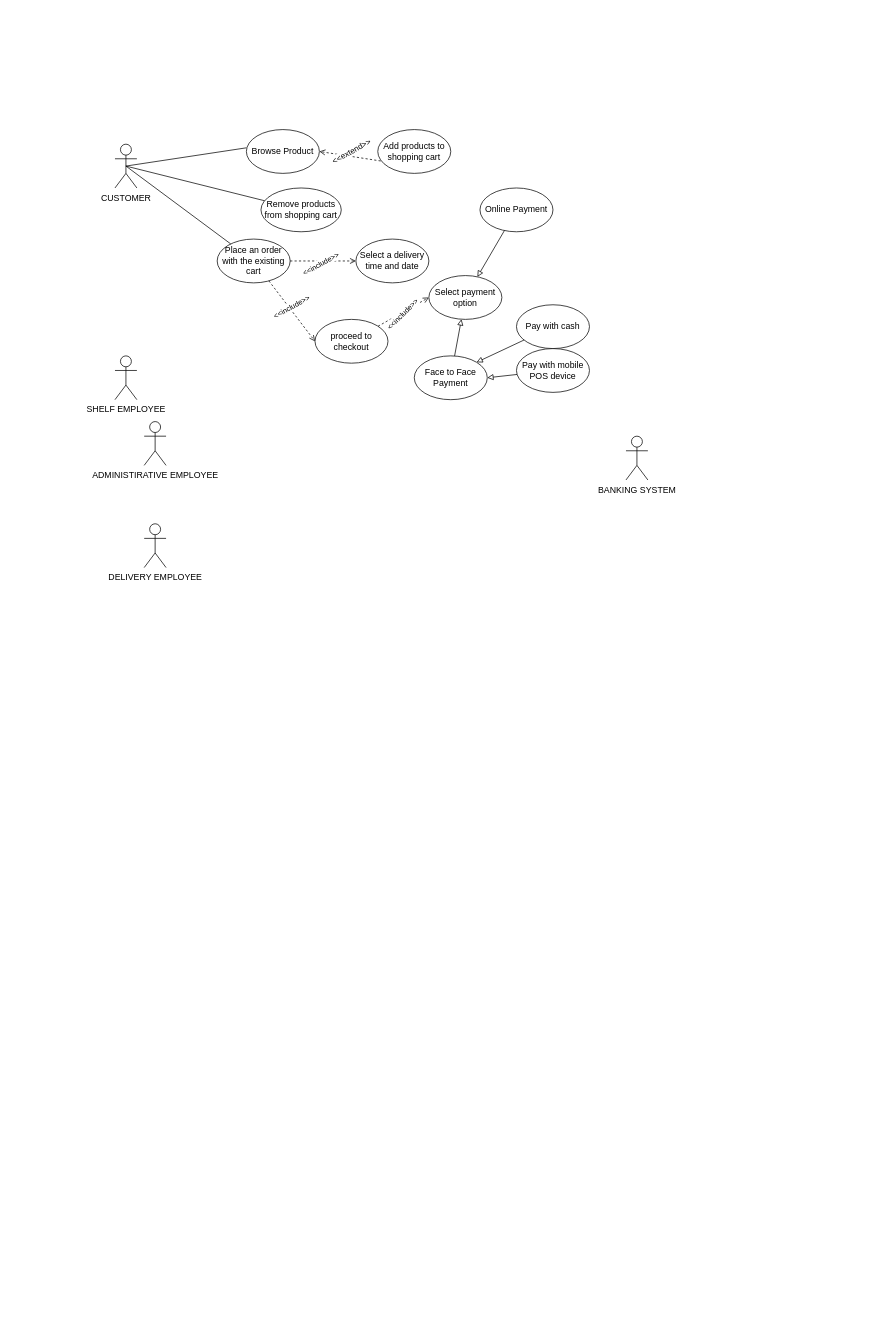
The draw.io diagram Başlıksız Diyagram.drawio in batugane/Batugane, before the edit. Source tidied: cells renumbered, new cells numbered last; positions are measured from the earlier drawing's top-left corner, leaving out a move shared by most shapes. Both pictures are drawn from the tidied source at 73%, with x=0, y=0 at pixel (115, 129).
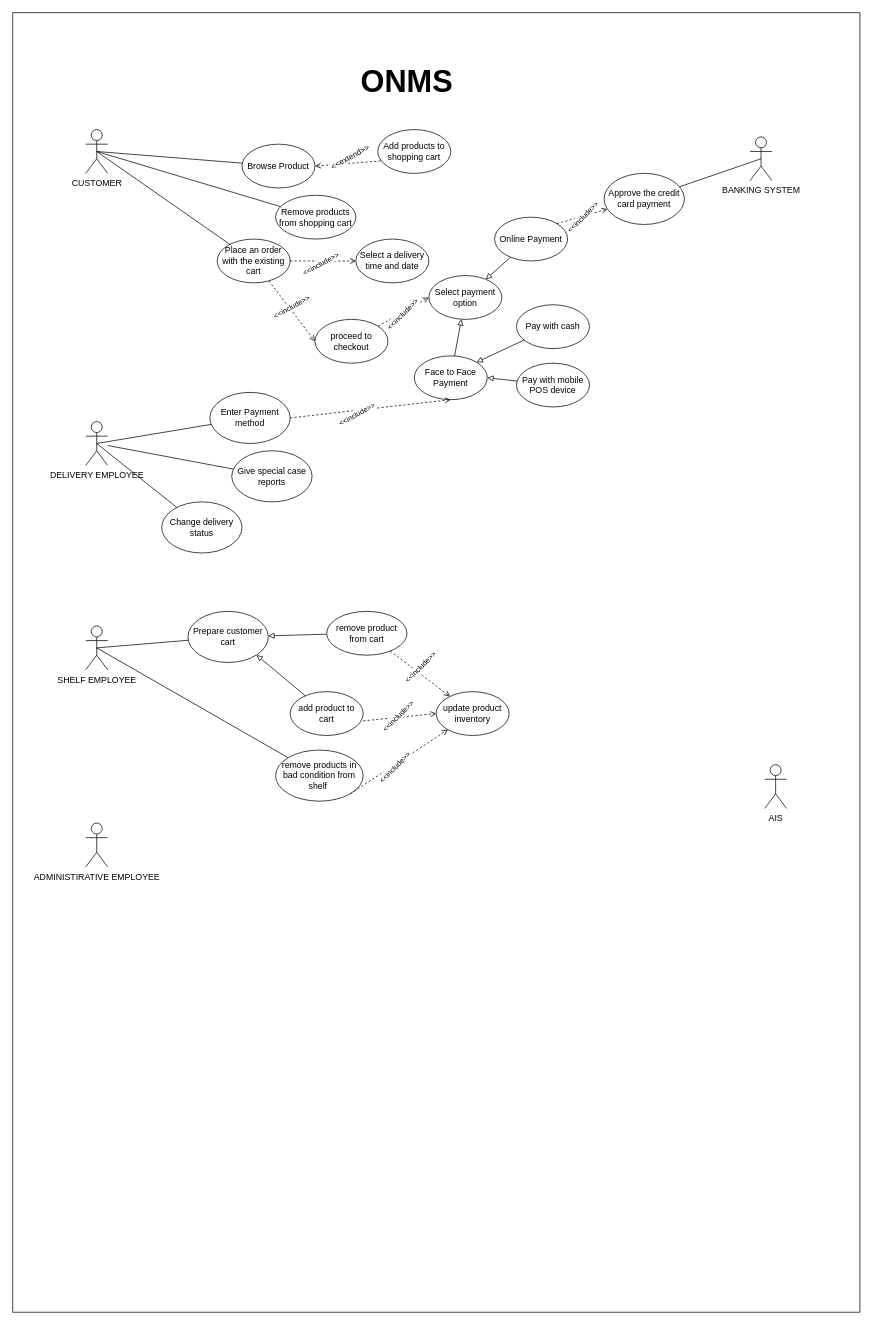
The same page after the edit.

Unchanged cells that the change refers to:
```xml
<mxCell id="27" value="Face to Face Payment" style="ellipse;whiteSpace=wrap;html=1;" parent="1" vertex="1">
  <mxGeometry x="410" y="310" width="100" height="60" as="geometry" />
</mxCell>
```

Change to the diagram source:
```diff
@@
+    <mxCell id="33" style="rounded=0;whiteSpace=wrap;html=1;" parent="1" vertex="1">
+      <mxGeometry x="-140" y="-160" width="1160.5" height="1780" as="geometry" />
+    </mxCell>
     <mxCell id="2" value="&lt;div&gt;CUSTOMER&lt;/div&gt;&lt;div&gt;&lt;br&gt;&lt;/div&gt;" style="shape=umlActor;verticalLabelPosition=bottom;verticalAlign=top;html=1;outlineConnect=0;" parent="1" vertex="1">
-      <mxGeometry y="20" width="30" height="60" as="geometry" />
+      <mxGeometry x="-40" width="30" height="60" as="geometry" />
     </mxCell>
     <mxCell id="3" value="&lt;div&gt;SHELF EMPLOYEE&lt;/div&gt;&lt;div&gt;&lt;br&gt;&lt;/div&gt;" style="shape=umlActor;verticalLabelPosition=bottom;verticalAlign=top;html=1;outlineConnect=0;" parent="1" vertex="1">
-      <mxGeometry y="310" width="30" height="60" as="geometry" />
+      <mxGeometry x="-40" y="680" width="30" height="60" as="geometry" />
     </mxCell>
     <mxCell id="4" value="&lt;div&gt;DELIVERY EMPLOYEE&lt;/div&gt;&lt;div&gt;&lt;br&gt;&lt;/div&gt;" style="shape=umlActor;verticalLabelPosition=bottom;verticalAlign=top;html=1;outlineConnect=0;" parent="1" vertex="1">
-      <mxGeometry x="40" y="540" width="30" height="60" as="geometry" />
+      <mxGeometry x="-40" y="400" width="30" height="60" as="geometry" />
     </mxCell>
     <mxCell id="5" value="&lt;div&gt;ADMINISTIRATIVE EMPLOYEE&lt;/div&gt;&lt;div&gt;&lt;br&gt;&lt;/div&gt;" style="shape=umlActor;verticalLabelPosition=bottom;verticalAlign=top;html=1;" parent="1" vertex="1">
-      <mxGeometry x="40" y="400" width="30" height="60" as="geometry" />
+      <mxGeometry x="-40" y="950" width="30" height="60" as="geometry" />
     </mxCell>
     <mxCell id="6" value="BANKING SYSTEM" style="shape=umlActor;verticalLabelPosition=bottom;verticalAlign=top;html=1;outlineConnect=0;" parent="1" vertex="1">
-      <mxGeometry x="700" y="420" width="30" height="60" as="geometry" />
+      <mxGeometry x="870" y="10" width="30" height="60" as="geometry" />
     </mxCell>
     <mxCell id="7" value="Browse Product" style="ellipse;whiteSpace=wrap;html=1;" parent="1" vertex="1">
-      <mxGeometry x="180" width="100" height="60" as="geometry" />
+      <mxGeometry x="174" y="20" width="100" height="60" as="geometry" />
     </mxCell>
@@
     <mxCell id="9" value="Remove products from shopping cart" style="ellipse;whiteSpace=wrap;html=1;" parent="1" vertex="1">
-      <mxGeometry x="200" y="80" width="110" height="60" as="geometry" />
+      <mxGeometry x="220" y="90" width="110" height="60" as="geometry" />
     </mxCell>
-    <mxCell id="10" style="endArrow=none;html=1;rounded=0;exitX=0.5;exitY=0.5;exitDx=0;exitDy=0;exitPerimeter=0;" parent="1" edge="1" source="2">
-      <mxGeometry relative="1" as="geometry">
-        <mxPoint x="180" y="25" as="targetPoint" />
-      </mxGeometry>
+    <mxCell id="10" style="endArrow=none;html=1;rounded=0;exitX=0.5;exitY=0.5;exitDx=0;exitDy=0;exitPerimeter=0;" parent="1" edge="1" source="2" target="7">
+      <mxGeometry relative="1" as="geometry" />
     </mxCell>
@@
     <mxCell id="25" value="Online Payment" style="ellipse;whiteSpace=wrap;html=1;" parent="1" vertex="1">
-      <mxGeometry x="500" y="80" width="100" height="60" as="geometry" />
+      <mxGeometry x="520" y="120" width="100" height="60" as="geometry" />
     </mxCell>
@@
     <mxCell id="29" value="Pay with mobile POS device" style="ellipse;whiteSpace=wrap;html=1;" parent="1" vertex="1">
-      <mxGeometry x="550" y="300" width="100" height="60" as="geometry" />
+      <mxGeometry x="550" y="320" width="100" height="60" as="geometry" />
     </mxCell>
@@
+    <mxCell id="34" value="AIS" style="shape=umlActor;verticalLabelPosition=bottom;verticalAlign=top;html=1;" parent="1" vertex="1">
+      <mxGeometry x="890" y="870" width="30" height="60" as="geometry" />
+    </mxCell>
+    <mxCell id="35" value="&lt;font style=&quot;font-size: 42px;&quot;&gt;&lt;b&gt;ONMS&lt;/b&gt;&lt;/font&gt;" style="text;html=1;strokeColor=none;fillColor=none;align=center;verticalAlign=middle;whiteSpace=wrap;rounded=0;" parent="1" vertex="1">
+      <mxGeometry x="320" y="-90" width="160" height="50" as="geometry" />
+    </mxCell>
+    <mxCell id="36" value="Prepare customer cart" style="ellipse;whiteSpace=wrap;html=1;" parent="1" vertex="1">
+      <mxGeometry x="100" y="660" width="110" height="70" as="geometry" />
+    </mxCell>
+    <mxCell id="37" style="endArrow=none;html=1;rounded=0;exitX=0.5;exitY=0.5;exitDx=0;exitDy=0;exitPerimeter=0;" parent="1" edge="1" source="3" target="36">
+      <mxGeometry relative="1" as="geometry" />
+    </mxCell>
+    <mxCell id="38" value="remove product from cart" style="ellipse;whiteSpace=wrap;html=1;" parent="1" vertex="1">
+      <mxGeometry x="290" y="660" width="110" height="60" as="geometry" />
+    </mxCell>
+    <mxCell id="39" style="endArrow=block;html=1;rounded=0;endFill=0;" parent="1" edge="1" source="38" target="36">
+      <mxGeometry relative="1" as="geometry" />
+    </mxCell>
+    <mxCell id="40" value="add product  to cart" style="ellipse;whiteSpace=wrap;html=1;" parent="1" vertex="1">
+      <mxGeometry x="240" y="770" width="100" height="60" as="geometry" />
+    </mxCell>
+    <mxCell id="41" style="endArrow=block;html=1;rounded=0;endFill=0;entryX=1;entryY=1;entryDx=0;entryDy=0;" parent="1" edge="1" source="40" target="36">
+      <mxGeometry relative="1" as="geometry" />
+    </mxCell>
+    <mxCell id="42" value="update product inventory " style="ellipse;whiteSpace=wrap;html=1;" parent="1" vertex="1">
+      <mxGeometry x="440" y="770" width="100" height="60" as="geometry" />
+    </mxCell>
+    <mxCell id="43" style="endArrow=open;rounded=0;entryX=0;entryY=0.5;entryDx=0;entryDy=0;endFill=0;dashed=1;align=center;horizontal=1;strokeColor=default;html=1;labelBorderColor=none;exitX=1;exitY=0.667;exitDx=0;exitDy=0;exitPerimeter=0;" parent="1" edge="1" source="40" target="42">
+      <mxGeometry relative="1" as="geometry" />
+    </mxCell>
+    <mxCell id="44" value="&lt;font style=&quot;font-size: 10px;&quot;&gt;&amp;lt;&amp;lt;include&amp;gt;&amp;gt;&lt;/font&gt;" style="edgeLabel;html=1;align=center;verticalAlign=middle;rotation=-45;" parent="43" vertex="1">
+      <mxGeometry x="-0.23" relative="1" as="geometry">
+        <mxPoint x="8" y="-2" as="offset" />
+      </mxGeometry>
+    </mxCell>
+    <mxCell id="45" style="endArrow=open;rounded=0;endFill=0;dashed=1;align=center;horizontal=1;strokeColor=default;html=1;labelBorderColor=none;" parent="1" edge="1" source="38" target="42">
+      <mxGeometry relative="1" as="geometry" />
+    </mxCell>
+    <mxCell id="46" value="&lt;font style=&quot;font-size: 10px;&quot;&gt;&amp;lt;&amp;lt;include&amp;gt;&amp;gt;&lt;/font&gt;" style="edgeLabel;html=1;align=center;verticalAlign=middle;rotation=-45;" parent="45" vertex="1">
+      <mxGeometry x="-0.23" relative="1" as="geometry">
+        <mxPoint x="8" y="-2" as="offset" />
+      </mxGeometry>
+    </mxCell>
+    <mxCell id="47" value="remove products in bad condition from shelf&amp;nbsp; " style="ellipse;whiteSpace=wrap;html=1;" parent="1" vertex="1">
+      <mxGeometry x="220" y="850" width="120" height="70" as="geometry" />
+    </mxCell>
+    <mxCell id="48" style="endArrow=none;html=1;rounded=0;exitX=0.5;exitY=0.5;exitDx=0;exitDy=0;exitPerimeter=0;" parent="1" edge="1" source="3" target="47">
+      <mxGeometry relative="1" as="geometry" />
+    </mxCell>
+    <mxCell id="49" style="endArrow=open;rounded=0;endFill=0;dashed=1;align=center;horizontal=1;strokeColor=default;html=1;labelBorderColor=none;exitX=1;exitY=1;exitDx=0;exitDy=0;" parent="1" edge="1" source="47" target="42">
+      <mxGeometry relative="1" as="geometry" />
+    </mxCell>
+    <mxCell id="50" value="&lt;font style=&quot;font-size: 10px;&quot;&gt;&amp;lt;&amp;lt;include&amp;gt;&amp;gt;&lt;/font&gt;" style="edgeLabel;html=1;align=center;verticalAlign=middle;rotation=-45;" parent="49" vertex="1">
+      <mxGeometry x="-0.23" relative="1" as="geometry">
+        <mxPoint x="8" y="-2" as="offset" />
+      </mxGeometry>
+    </mxCell>
+    <mxCell id="51" value="Change delivery status" style="ellipse;whiteSpace=wrap;html=1;" parent="1" vertex="1">
+      <mxGeometry x="64" y="510" width="110" height="70" as="geometry" />
+    </mxCell>
+    <mxCell id="52" style="endArrow=none;html=1;rounded=0;exitX=0.5;exitY=0.5;exitDx=0;exitDy=0;exitPerimeter=0;" parent="1" edge="1" source="4" target="51">
+      <mxGeometry relative="1" as="geometry" />
+    </mxCell>
+    <mxCell id="53" value="Enter Payment method" style="ellipse;whiteSpace=wrap;html=1;" parent="1" vertex="1">
+      <mxGeometry x="130" y="360" width="110" height="70" as="geometry" />
+    </mxCell>
+    <mxCell id="54" style="endArrow=none;html=1;rounded=0;exitX=0.5;exitY=0.5;exitDx=0;exitDy=0;exitPerimeter=0;" parent="1" edge="1" source="4" target="53">
+      <mxGeometry relative="1" as="geometry" />
+    </mxCell>
+    <mxCell id="55" style="endArrow=open;rounded=0;entryX=0.5;entryY=1;entryDx=0;entryDy=0;endFill=0;dashed=1;align=center;horizontal=1;strokeColor=default;html=1;labelBorderColor=none;exitX=1;exitY=0.5;exitDx=0;exitDy=0;" parent="1" edge="1" source="53" target="27">
+      <mxGeometry relative="1" as="geometry" />
+    </mxCell>
+    <mxCell id="56" value="&lt;font style=&quot;font-size: 10px;&quot;&gt;&amp;lt;&amp;lt;include&amp;gt;&amp;gt;&lt;/font&gt;" style="edgeLabel;html=1;align=center;verticalAlign=middle;rotation=-29;" parent="55" vertex="1">
+      <mxGeometry x="-0.23" relative="1" as="geometry">
+        <mxPoint x="6" y="4" as="offset" />
+      </mxGeometry>
+    </mxCell>
+    <mxCell id="57" value="Give special case reports" style="ellipse;whiteSpace=wrap;html=1;" parent="1" vertex="1">
+      <mxGeometry x="160" y="440" width="110" height="70" as="geometry" />
+    </mxCell>
+    <mxCell id="58" style="endArrow=none;html=1;rounded=0;" parent="1" edge="1" source="4" target="57">
+      <mxGeometry relative="1" as="geometry" />
+    </mxCell>
+    <mxCell id="59" value="Approve the credit card payment" style="ellipse;whiteSpace=wrap;html=1;" parent="1" vertex="1">
+      <mxGeometry x="670" y="60" width="110" height="70" as="geometry" />
+    </mxCell>
+    <mxCell id="60" style="endArrow=none;html=1;rounded=0;exitX=0.5;exitY=0.5;exitDx=0;exitDy=0;exitPerimeter=0;" parent="1" edge="1" source="6" target="59">
+      <mxGeometry relative="1" as="geometry" />
+    </mxCell>
+    <mxCell id="61" style="endArrow=open;rounded=0;endFill=0;dashed=1;align=center;horizontal=1;strokeColor=default;html=1;labelBorderColor=none;exitX=1;exitY=0;exitDx=0;exitDy=0;" parent="1" edge="1" source="25" target="59">
+      <mxGeometry relative="1" as="geometry" />
+    </mxCell>
+    <mxCell id="62" value="&lt;font style=&quot;font-size: 10px;&quot;&gt;&amp;lt;&amp;lt;include&amp;gt;&amp;gt;&lt;/font&gt;" style="edgeLabel;html=1;align=center;verticalAlign=middle;rotation=-45;" parent="61" vertex="1">
+      <mxGeometry x="-0.23" relative="1" as="geometry">
+        <mxPoint x="8" y="-1" as="offset" />
+      </mxGeometry>
+    </mxCell>
```
